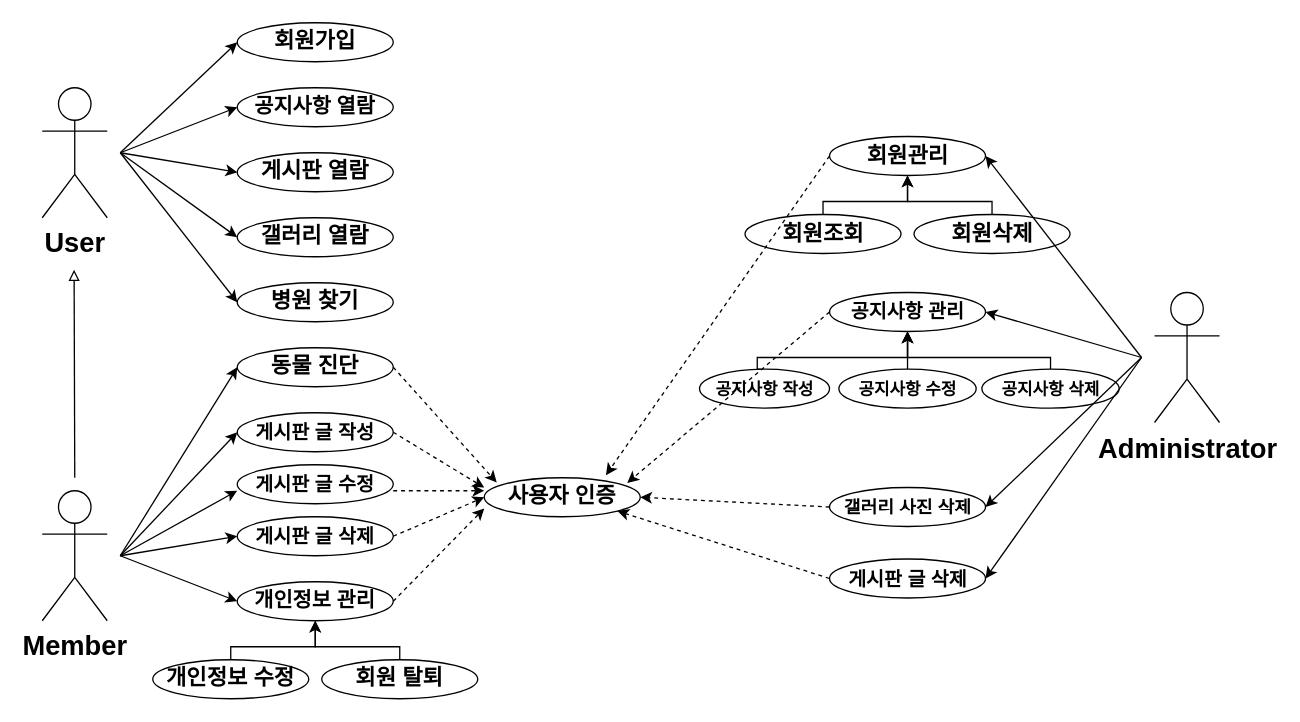
The draw.io diagram UC/usecase.drawio in ch990916/PetDisease, before the edit. Source tidied: cells renumbered, new cells numbered last; positions are measured from the earlier drawing's top-left corner, leaving out a move shared by most shapes. Both pictures are drawn from the tidied source at 130%, with x=0, y=0 at pixel (42, 22).
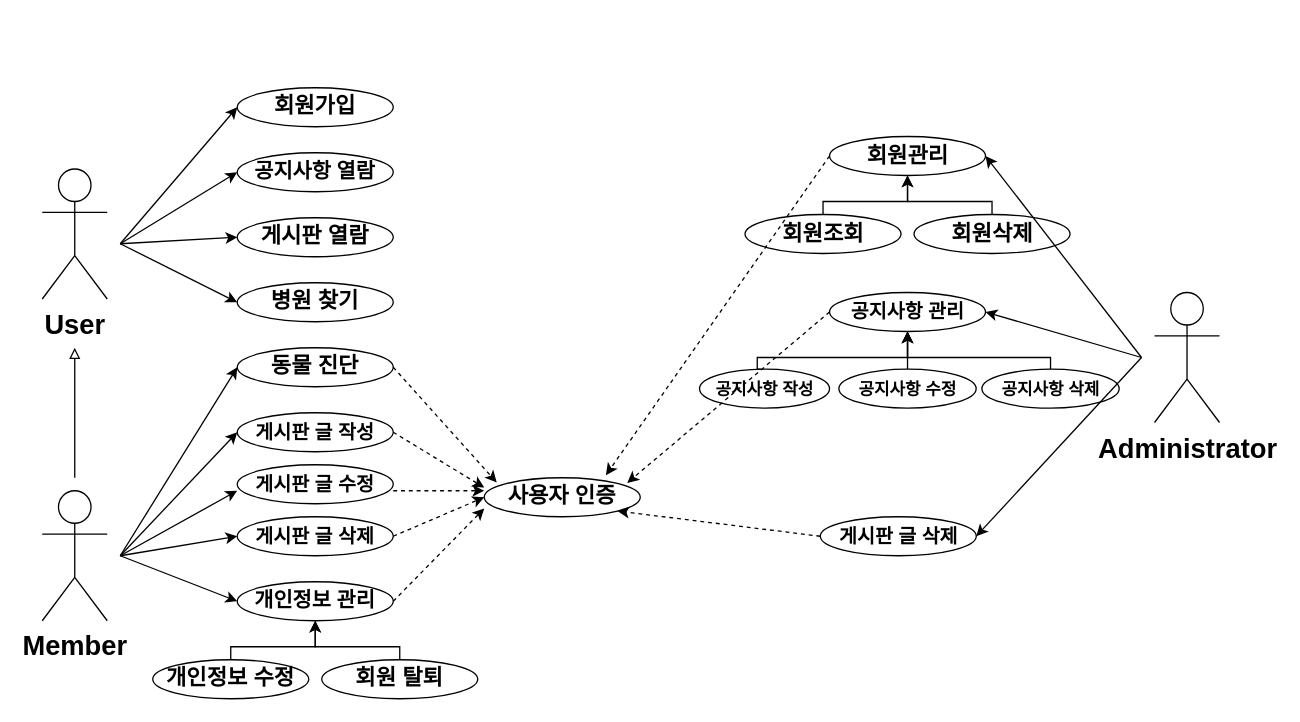
Above is the later version.

Commit message:
다이어그램 누락 정보 수정

The change refers to these unchanged cells:
```xml
<mxCell id="9" value="&lt;span style=&quot;font-size: 17px;&quot;&gt;&lt;b&gt;사용자 인증&lt;/b&gt;&lt;/span&gt;" style="ellipse;whiteSpace=wrap;html=1;" parent="1" vertex="1">
  <mxGeometry x="340" y="350" width="120" height="30" as="geometry" />
</mxCell>
```

Diff of the diagram source:
```diff
@@
     <mxCell id="2" value="&lt;font style=&quot;font-size: 17px;&quot;&gt;&lt;b&gt;회원가입&lt;/b&gt;&lt;/font&gt;" style="ellipse;whiteSpace=wrap;html=1;" parent="1" vertex="1">
-      <mxGeometry x="150" width="120" height="30" as="geometry" />
+      <mxGeometry x="150" y="50" width="120" height="30" as="geometry" />
     </mxCell>
     <mxCell id="3" value="&lt;font style=&quot;font-size: 17px;&quot;&gt;&lt;b&gt;게시판 열람&lt;/b&gt;&lt;/font&gt;" style="ellipse;whiteSpace=wrap;html=1;" parent="1" vertex="1">
-      <mxGeometry x="150" y="100" width="120" height="30" as="geometry" />
+      <mxGeometry x="150" y="150" width="120" height="30" as="geometry" />
     </mxCell>
-    <mxCell id="4" value="&lt;font style=&quot;font-size: 17px;&quot;&gt;&lt;b&gt;갤러리 열람&lt;/b&gt;&lt;/font&gt;" style="ellipse;whiteSpace=wrap;html=1;" parent="1" vertex="1">
-      <mxGeometry x="150" y="150" width="120" height="30" as="geometry" />
-    </mxCell>
@@
     <mxCell id="10" value="User" style="shape=umlActor;verticalLabelPosition=bottom;verticalAlign=top;html=1;fontSize=21;fontStyle=1;" parent="1" vertex="1">
-      <mxGeometry y="50" width="50" height="100" as="geometry" />
+      <mxGeometry y="112.5" width="50" height="100" as="geometry" />
     </mxCell>
@@
     <mxCell id="14" value="&lt;span style=&quot;font-size: 17px;&quot;&gt;&lt;b style=&quot;font-size: 16px;&quot;&gt;공지사항 열람&lt;/b&gt;&lt;/span&gt;" style="ellipse;whiteSpace=wrap;html=1;" parent="1" vertex="1">
-      <mxGeometry x="150" y="50" width="120" height="30" as="geometry" />
+      <mxGeometry x="150" y="100" width="120" height="30" as="geometry" />
     </mxCell>
@@
-    <mxCell id="20" style="endArrow=classic;html=1;rounded=0;entryX=0;entryY=0.5;entryDx=0;entryDy=0;" parent="1" edge="1">
+    <mxCell id="20" style="endArrow=classic;html=1;rounded=0;entryX=0;entryY=0.5;entryDx=0;entryDy=0;" parent="1" edge="1" target="3">
       <mxGeometry relative="1" as="geometry">
-        <mxPoint x="60" y="100" as="sourcePoint" />
-        <mxPoint x="150" y="15" as="targetPoint" />
+        <mxPoint x="60" y="170" as="sourcePoint" />
       </mxGeometry>
     </mxCell>
     <mxCell id="21" style="endArrow=classic;html=1;rounded=0;entryX=0;entryY=0.5;entryDx=0;entryDy=0;" parent="1" edge="1">
       <mxGeometry relative="1" as="geometry">
-        <mxPoint x="60" y="100" as="sourcePoint" />
+        <mxPoint x="60" y="170" as="sourcePoint" />
         <mxPoint x="150" y="115" as="targetPoint" />
       </mxGeometry>
     </mxCell>
-    <mxCell id="22" style="endArrow=classic;html=1;rounded=0;entryX=0;entryY=0.5;entryDx=0;entryDy=0;" parent="1" edge="1">
-      <mxGeometry relative="1" as="geometry">
-        <mxPoint x="60" y="100" as="sourcePoint" />
-        <mxPoint x="150" y="165" as="targetPoint" />
-      </mxGeometry>
-    </mxCell>
     <mxCell id="23" style="endArrow=classic;html=1;rounded=0;entryX=0;entryY=0.5;entryDx=0;entryDy=0;" parent="1" edge="1">
       <mxGeometry relative="1" as="geometry">
-        <mxPoint x="60" y="100" as="sourcePoint" />
+        <mxPoint x="60" y="170" as="sourcePoint" />
         <mxPoint x="150" y="215" as="targetPoint" />
       </mxGeometry>
     </mxCell>
     <mxCell id="24" style="endArrow=classic;html=1;rounded=0;entryX=0;entryY=0.5;entryDx=0;entryDy=0;" parent="1" edge="1">
       <mxGeometry relative="1" as="geometry">
-        <mxPoint x="60" y="100" as="sourcePoint" />
+        <mxPoint x="60" y="170" as="sourcePoint" />
         <mxPoint x="150" y="65" as="targetPoint" />
       </mxGeometry>
     </mxCell>
     <mxCell id="25" style="endArrow=block;html=1;rounded=0;endFill=0;" parent="1" edge="1">
       <mxGeometry relative="1" as="geometry">
         <mxPoint x="25" y="350" as="sourcePoint" />
-        <mxPoint x="24.5" y="190" as="targetPoint" />
+        <mxPoint x="25" y="250" as="targetPoint" />
       </mxGeometry>
     </mxCell>
@@
-    <mxCell id="39" value="&lt;font style=&quot;font-size: 14px;&quot;&gt;&lt;b style=&quot;font-size: 14px;&quot;&gt;갤러리 사진 삭제&lt;/b&gt;&lt;/font&gt;" style="ellipse;whiteSpace=wrap;html=1;fontSize=14;" parent="1" vertex="1">
-      <mxGeometry x="605.6" y="357.5" width="120" height="30" as="geometry" />
-    </mxCell>
     <mxCell id="40" value="&lt;font style=&quot;font-size: 15px;&quot;&gt;&lt;b style=&quot;font-size: 15px;&quot;&gt;게시판 글 삭제&lt;/b&gt;&lt;/font&gt;" style="ellipse;whiteSpace=wrap;html=1;fontSize=15;" parent="1" vertex="1">
-      <mxGeometry x="605.6" y="412.5" width="120" height="30" as="geometry" />
+      <mxGeometry x="598.5" y="380" width="120" height="30" as="geometry" />
     </mxCell>
-    <mxCell id="41" style="endArrow=classic;html=1;rounded=0;entryX=1;entryY=0.5;entryDx=0;entryDy=0;exitX=0;exitY=0.5;exitDx=0;exitDy=0;dashed=1;" parent="1" edge="1" source="39" target="9">
-      <mxGeometry relative="1" as="geometry" />
-    </mxCell>
@@
-    <mxCell id="45" style="endArrow=classic;html=1;rounded=0;entryX=1;entryY=0.5;entryDx=0;entryDy=0;" parent="1" edge="1" target="39">
-      <mxGeometry relative="1" as="geometry">
-        <mxPoint x="845.6" y="257.5" as="sourcePoint" />
-      </mxGeometry>
-    </mxCell>
```
